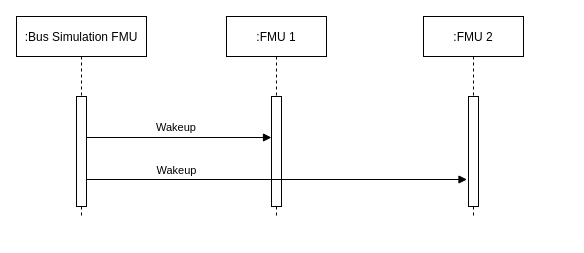
Above: docs/images/can_wake_up.drawio in modelica/fmi-ls-bus (draw.io), before the change. Source tidied: cells renumbered, new cells numbered last; positions are measured from the earlier drawing's top-left corner, leaving out a move shared by most shapes. Both pictures are drawn from the tidied source at 100%, with x=0, y=0 at pixel (16, 16).
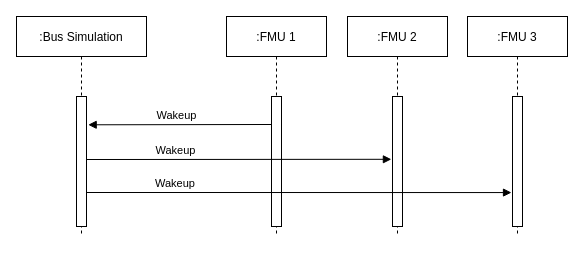
The same page after the edit.

What changed in the source:
```diff
@@
 <mxGraphModel>
   <root>
     <mxCell id="0" />
     <mxCell id="1" parent="0" />
-    <mxCell id="2" value=":Bus Simulation FMU" style="shape=umlLifeline;perimeter=lifelinePerimeter;rounded=0;shadow=0;strokeWidth=1;" parent="1" vertex="1">
-      <mxGeometry width="130" height="200" as="geometry" />
+    <mxCell id="2" value=":Bus Simulation" style="shape=umlLifeline;perimeter=lifelinePerimeter;rounded=0;shadow=0;strokeWidth=1;" parent="1" vertex="1">
+      <mxGeometry width="130" height="220" as="geometry" />
     </mxCell>
     <mxCell id="3" style="perimeter=orthogonalPerimeter;rounded=0;shadow=0;strokeWidth=1;" parent="2" vertex="1">
-      <mxGeometry x="60" y="80" width="10" height="110" as="geometry" />
+      <mxGeometry x="60" y="80" width="10" height="130" as="geometry" />
     </mxCell>
     <mxCell id="4" value=":FMU 1" style="shape=umlLifeline;perimeter=lifelinePerimeter;rounded=0;shadow=0;strokeWidth=1;" parent="1" vertex="1">
-      <mxGeometry x="210" width="100" height="200" as="geometry" />
+      <mxGeometry x="210" width="100" height="220" as="geometry" />
     </mxCell>
     <mxCell id="5" style="perimeter=orthogonalPerimeter;rounded=0;shadow=0;strokeWidth=1;" parent="4" vertex="1">
-      <mxGeometry x="45" y="80" width="10" height="110" as="geometry" />
+      <mxGeometry x="45" y="80" width="10" height="130" as="geometry" />
     </mxCell>
     <mxCell id="6" value=":FMU 2" style="shape=umlLifeline;perimeter=lifelinePerimeter;rounded=0;shadow=0;strokeWidth=1;" parent="1" vertex="1">
-      <mxGeometry x="407" width="100" height="200" as="geometry" />
+      <mxGeometry x="331" width="100" height="220" as="geometry" />
     </mxCell>
     <mxCell id="7" style="perimeter=orthogonalPerimeter;rounded=0;shadow=0;strokeWidth=1;" parent="6" vertex="1">
-      <mxGeometry x="45" y="80" width="10" height="110" as="geometry" />
+      <mxGeometry x="45" y="80" width="10" height="130" as="geometry" />
     </mxCell>
-    <mxCell id="8" value="Wakeup" style="verticalAlign=bottom;endArrow=block;entryX=0;entryY=0;shadow=0;strokeWidth=1;" parent="1" edge="1">
-      <mxGeometry x="-0.52" relative="1" as="geometry">
-        <mxPoint x="69.5" y="163" as="sourcePoint" />
-        <mxPoint x="450.5" y="163" as="targetPoint" />
+    <mxCell id="8" value="Wakeup" style="verticalAlign=bottom;endArrow=block;shadow=0;strokeWidth=1;entryX=-0.107;entryY=0.414;entryDx=0;entryDy=0;entryPerimeter=0;" parent="1" edge="1">
+      <mxGeometry x="-0.41" relative="1" as="geometry">
+        <mxPoint x="69.5" y="143" as="sourcePoint" />
+        <mxPoint x="374.9" y="142.8" as="targetPoint" />
       </mxGeometry>
     </mxCell>
-    <mxCell id="9" value="Wakeup" style="verticalAlign=bottom;endArrow=block;entryX=0;entryY=0;shadow=0;strokeWidth=1;" parent="1" edge="1">
-      <mxGeometry x="-0.03" y="1" relative="1" as="geometry">
-        <mxPoint x="70" y="121" as="sourcePoint" />
-        <mxPoint x="255" y="121" as="targetPoint" />
+    <mxCell id="9" value="Wakeup" style="verticalAlign=bottom;endArrow=block;shadow=0;strokeWidth=1;entryX=1.167;entryY=0.218;entryDx=0;entryDy=0;entryPerimeter=0;spacing=4;" parent="1" edge="1">
+      <mxGeometry x="0.03" y="2" relative="1" as="geometry">
+        <mxPoint x="254.5" y="108" as="sourcePoint" />
+        <mxPoint x="71.7" y="108.3" as="targetPoint" />
       </mxGeometry>
     </mxCell>
+    <mxCell id="10" value=":FMU 3" style="shape=umlLifeline;perimeter=lifelinePerimeter;rounded=0;shadow=0;strokeWidth=1;" parent="1" vertex="1">
+      <mxGeometry x="451" width="100" height="220" as="geometry" />
+    </mxCell>
+    <mxCell id="11" style="points=[];perimeter=orthogonalPerimeter;rounded=0;shadow=0;strokeWidth=1;" parent="10" vertex="1">
+      <mxGeometry x="45" y="80" width="10" height="130" as="geometry" />
+    </mxCell>
+    <mxCell id="12" value="Wakeup" style="verticalAlign=bottom;endArrow=block;shadow=0;strokeWidth=1;entryX=-0.1;entryY=0.739;entryDx=0;entryDy=0;entryPerimeter=0;" parent="1" edge="1" target="11">
+      <mxGeometry x="-0.58" relative="1" as="geometry">
+        <mxPoint x="70" y="176" as="sourcePoint" />
+      </mxGeometry>
+    </mxCell>
   </root>
 </mxGraphModel>
```
